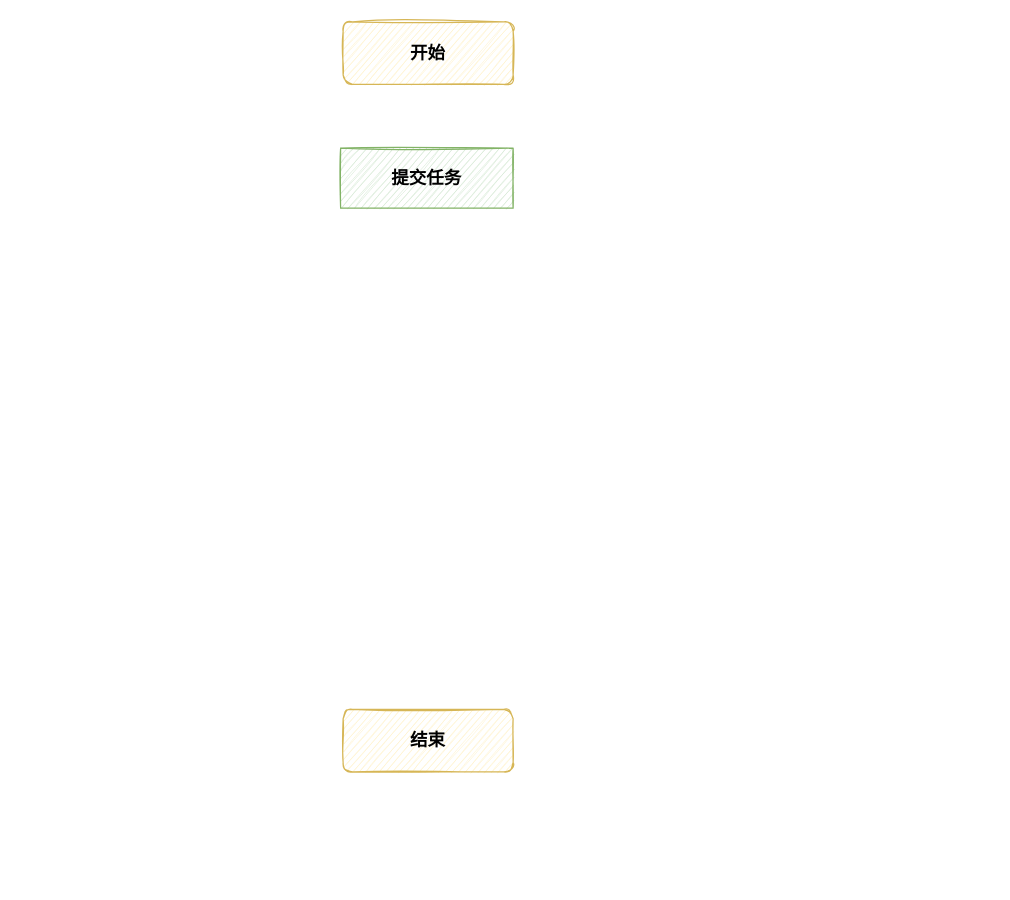
The draw.io diagram 线程池任务调度流程.drawio in LIULE8/drawio-store, before the edit. Source tidied: cells renumbered, new cells numbered last; positions are measured from the earlier drawing's top-left corner, leaving out a move shared by most shapes. Both pictures are drawn from the tidied source at 125%, with x=0, y=0 at pixel (340, 21).
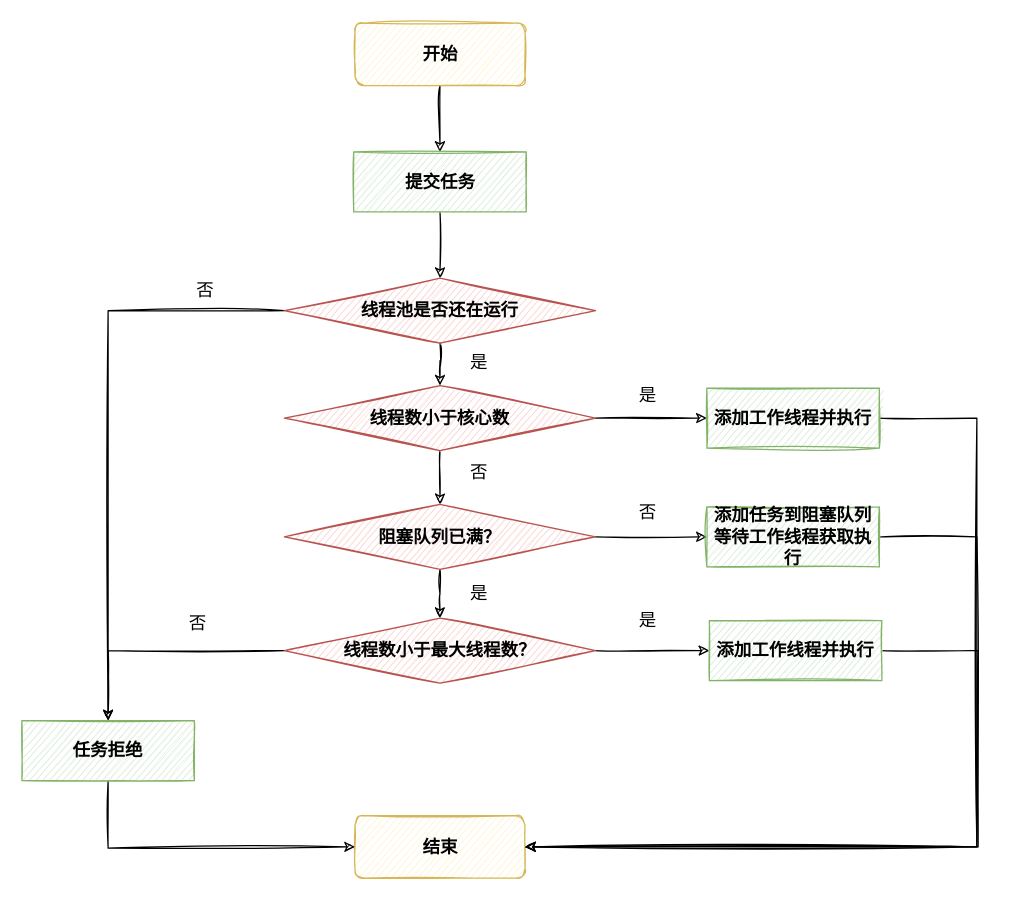
The same diagram, later.

Commit message:
更新线程池任务调度流程.drawio

Change to the diagram source:
```diff
@@
+    <mxCell id="5" style="edgeStyle=orthogonalEdgeStyle;rounded=0;jettySize=auto;html=1;fontSize=14;sketch=1;" parent="1" edge="1" source="2" target="4">
+      <mxGeometry relative="1" as="geometry" />
+    </mxCell>
     <mxCell id="2" value="&lt;font style=&quot;font-size: 14px&quot;&gt;&lt;b&gt;开始&lt;/b&gt;&lt;/font&gt;" style="rounded=1;whiteSpace=wrap;html=1;fillColor=#fff2cc;strokeColor=#d6b656;sketch=1;" parent="1" vertex="1">
-      <mxGeometry x="2" width="136" height="50" as="geometry" />
+      <mxGeometry x="11.5" y="1" width="136" height="50" as="geometry" />
     </mxCell>
     <mxCell id="3" value="&lt;font style=&quot;font-size: 14px&quot;&gt;&lt;b&gt;结束&lt;/b&gt;&lt;/font&gt;" style="rounded=1;whiteSpace=wrap;html=1;fillColor=#fff2cc;strokeColor=#d6b656;sketch=1;" parent="1" vertex="1">
-      <mxGeometry x="2" y="550" width="136" height="50" as="geometry" />
+      <mxGeometry x="11.5" y="635" width="136" height="50" as="geometry" />
     </mxCell>
+    <mxCell id="6" style="edgeStyle=orthogonalEdgeStyle;rounded=0;jettySize=auto;html=1;fontSize=14;sketch=1;" parent="1" edge="1" source="4" target="11">
+      <mxGeometry relative="1" as="geometry" />
+    </mxCell>
     <mxCell id="4" value="&lt;b&gt;提交任务&lt;/b&gt;" style="rounded=0;whiteSpace=wrap;html=1;fontSize=14;fillColor=#d5e8d4;strokeColor=#82b366;sketch=1;" parent="1" vertex="1">
-      <mxGeometry y="101" width="138" height="48" as="geometry" />
+      <mxGeometry x="10.5" y="104" width="138" height="48" as="geometry" />
     </mxCell>
+    <mxCell id="7" style="edgeStyle=orthogonalEdgeStyle;rounded=0;jettySize=auto;html=1;entryX=0;entryY=0.5;entryDx=0;entryDy=0;fontSize=14;sketch=1;" parent="1" edge="1" source="8" target="3">
+      <mxGeometry relative="1" as="geometry">
+        <Array as="points">
+          <mxPoint x="-186" y="661" />
+        </Array>
+      </mxGeometry>
+    </mxCell>
+    <mxCell id="8" value="&lt;b&gt;任务拒绝&lt;/b&gt;" style="rounded=0;whiteSpace=wrap;html=1;fontSize=14;fillColor=#d5e8d4;strokeColor=#82b366;sketch=1;" parent="1" vertex="1">
+      <mxGeometry x="-255" y="559" width="138" height="48" as="geometry" />
+    </mxCell>
+    <mxCell id="9" style="edgeStyle=orthogonalEdgeStyle;rounded=0;jettySize=auto;html=1;fontSize=14;sketch=1;" parent="1" edge="1" source="11" target="14">
+      <mxGeometry relative="1" as="geometry" />
+    </mxCell>
+    <mxCell id="10" style="edgeStyle=orthogonalEdgeStyle;rounded=0;jettySize=auto;html=1;entryX=0.5;entryY=0;entryDx=0;entryDy=0;fontSize=14;sketch=1;" parent="1" edge="1" source="11" target="8">
+      <mxGeometry relative="1" as="geometry" />
+    </mxCell>
+    <mxCell id="11" value="&lt;b&gt;线程池是否还在运行&lt;/b&gt;" style="rhombus;whiteSpace=wrap;html=1;sketch=1;fontSize=14;fillColor=#f8cecc;strokeColor=#b85450;" parent="1" vertex="1">
+      <mxGeometry x="-45" y="205" width="249" height="52" as="geometry" />
+    </mxCell>
+    <mxCell id="12" style="edgeStyle=orthogonalEdgeStyle;rounded=0;jettySize=auto;html=1;fontSize=14;sketch=1;" parent="1" edge="1" source="14" target="17">
+      <mxGeometry relative="1" as="geometry" />
+    </mxCell>
+    <mxCell id="13" style="edgeStyle=orthogonalEdgeStyle;rounded=0;jettySize=auto;html=1;entryX=0;entryY=0.5;entryDx=0;entryDy=0;fontSize=14;sketch=1;" parent="1" edge="1" source="14" target="22">
+      <mxGeometry relative="1" as="geometry" />
+    </mxCell>
+    <mxCell id="14" value="&lt;b&gt;线程数小于核心数&lt;/b&gt;" style="rhombus;whiteSpace=wrap;html=1;sketch=1;fontSize=14;fillColor=#f8cecc;strokeColor=#b85450;" parent="1" vertex="1">
+      <mxGeometry x="-45" y="291" width="249" height="52" as="geometry" />
+    </mxCell>
+    <mxCell id="15" style="edgeStyle=orthogonalEdgeStyle;rounded=0;jettySize=auto;html=1;fontSize=14;sketch=1;" parent="1" edge="1" source="17" target="20">
+      <mxGeometry relative="1" as="geometry" />
+    </mxCell>
+    <mxCell id="16" style="edgeStyle=orthogonalEdgeStyle;rounded=0;jettySize=auto;html=1;fontSize=14;sketch=1;" parent="1" edge="1" source="17" target="24">
+      <mxGeometry relative="1" as="geometry" />
+    </mxCell>
+    <mxCell id="17" value="&lt;b&gt;阻塞队列已满？&lt;/b&gt;" style="rhombus;whiteSpace=wrap;html=1;sketch=1;fontSize=14;fillColor=#f8cecc;strokeColor=#b85450;" parent="1" vertex="1">
+      <mxGeometry x="-45" y="386" width="249" height="52" as="geometry" />
+    </mxCell>
+    <mxCell id="18" style="edgeStyle=orthogonalEdgeStyle;rounded=0;jettySize=auto;html=1;fontSize=14;sketch=1;" parent="1" edge="1" source="20" target="8">
+      <mxGeometry relative="1" as="geometry" />
+    </mxCell>
+    <mxCell id="19" style="edgeStyle=orthogonalEdgeStyle;rounded=0;jettySize=auto;html=1;entryX=0;entryY=0.5;entryDx=0;entryDy=0;fontSize=14;sketch=1;" parent="1" edge="1" source="20" target="26">
+      <mxGeometry relative="1" as="geometry" />
+    </mxCell>
+    <mxCell id="20" value="&lt;b&gt;线程数小于最大线程数？&lt;/b&gt;" style="rhombus;whiteSpace=wrap;html=1;sketch=1;fontSize=14;fillColor=#f8cecc;strokeColor=#b85450;" parent="1" vertex="1">
+      <mxGeometry x="-45" y="477" width="249" height="52" as="geometry" />
+    </mxCell>
+    <mxCell id="21" style="edgeStyle=orthogonalEdgeStyle;rounded=0;jettySize=auto;html=1;entryX=1;entryY=0.5;entryDx=0;entryDy=0;fontSize=14;sketch=1;" parent="1" edge="1" source="22" target="3">
+      <mxGeometry relative="1" as="geometry">
+        <Array as="points">
+          <mxPoint x="509" y="317" />
+          <mxPoint x="509" y="660" />
+        </Array>
+      </mxGeometry>
+    </mxCell>
+    <mxCell id="22" value="&lt;b&gt;添加工作线程并执行&lt;/b&gt;" style="rounded=0;whiteSpace=wrap;html=1;fontSize=14;fillColor=#d5e8d4;strokeColor=#82b366;sketch=1;" parent="1" vertex="1">
+      <mxGeometry x="293" y="293" width="138" height="48" as="geometry" />
+    </mxCell>
+    <mxCell id="23" style="edgeStyle=orthogonalEdgeStyle;rounded=0;jettySize=auto;html=1;entryX=1;entryY=0.5;entryDx=0;entryDy=0;fontSize=14;sketch=1;" parent="1" edge="1" source="24" target="3">
+      <mxGeometry relative="1" as="geometry">
+        <Array as="points">
+          <mxPoint x="509" y="412" />
+          <mxPoint x="509" y="660" />
+        </Array>
+      </mxGeometry>
+    </mxCell>
+    <mxCell id="24" value="&lt;b&gt;添加任务到阻塞队列等待工作线程获取执行&lt;/b&gt;" style="rounded=0;whiteSpace=wrap;html=1;fontSize=14;fillColor=#d5e8d4;strokeColor=#82b366;sketch=1;" parent="1" vertex="1">
+      <mxGeometry x="293" y="388" width="138" height="48" as="geometry" />
+    </mxCell>
+    <mxCell id="25" style="edgeStyle=orthogonalEdgeStyle;rounded=0;jettySize=auto;html=1;entryX=1;entryY=0.5;entryDx=0;entryDy=0;fontSize=14;sketch=1;" parent="1" edge="1" source="26" target="3">
+      <mxGeometry relative="1" as="geometry">
+        <Array as="points">
+          <mxPoint x="510" y="503" />
+          <mxPoint x="510" y="660" />
+        </Array>
+      </mxGeometry>
+    </mxCell>
+    <mxCell id="26" value="&lt;b&gt;添加工作线程并执行&lt;/b&gt;" style="rounded=0;whiteSpace=wrap;html=1;fontSize=14;fillColor=#d5e8d4;strokeColor=#82b366;sketch=1;" parent="1" vertex="1">
+      <mxGeometry x="295" y="479" width="138" height="48" as="geometry" />
+    </mxCell>
+    <mxCell id="27" value="否" style="text;html=1;strokeColor=none;fillColor=none;align=center;verticalAlign=middle;whiteSpace=wrap;rounded=0;sketch=1;fontSize=14;" parent="1" vertex="1">
+      <mxGeometry x="-138" y="200" width="60" height="30" as="geometry" />
+    </mxCell>
+    <mxCell id="28" value="否" style="text;html=1;strokeColor=none;fillColor=none;align=center;verticalAlign=middle;whiteSpace=wrap;rounded=0;sketch=1;fontSize=14;" parent="1" vertex="1">
+      <mxGeometry x="-144" y="466" width="60" height="30" as="geometry" />
+    </mxCell>
+    <mxCell id="29" value="否" style="text;html=1;strokeColor=none;fillColor=none;align=center;verticalAlign=middle;whiteSpace=wrap;rounded=0;sketch=1;fontSize=14;" parent="1" vertex="1">
+      <mxGeometry x="81" y="345" width="60" height="30" as="geometry" />
+    </mxCell>
+    <mxCell id="30" value="否" style="text;html=1;strokeColor=none;fillColor=none;align=center;verticalAlign=middle;whiteSpace=wrap;rounded=0;sketch=1;fontSize=14;" parent="1" vertex="1">
+      <mxGeometry x="216" y="377" width="60" height="30" as="geometry" />
+    </mxCell>
+    <mxCell id="31" value="是" style="text;html=1;strokeColor=none;fillColor=none;align=center;verticalAlign=middle;whiteSpace=wrap;rounded=0;sketch=1;fontSize=14;" parent="1" vertex="1">
+      <mxGeometry x="81" y="257" width="60" height="30" as="geometry" />
+    </mxCell>
+    <mxCell id="32" value="是" style="text;html=1;strokeColor=none;fillColor=none;align=center;verticalAlign=middle;whiteSpace=wrap;rounded=0;sketch=1;fontSize=14;" parent="1" vertex="1">
+      <mxGeometry x="216" y="284" width="60" height="30" as="geometry" />
+    </mxCell>
+    <mxCell id="33" value="是" style="text;html=1;strokeColor=none;fillColor=none;align=center;verticalAlign=middle;whiteSpace=wrap;rounded=0;sketch=1;fontSize=14;" parent="1" vertex="1">
+      <mxGeometry x="216" y="464" width="60" height="30" as="geometry" />
+    </mxCell>
+    <mxCell id="34" value="是" style="text;html=1;strokeColor=none;fillColor=none;align=center;verticalAlign=middle;whiteSpace=wrap;rounded=0;sketch=1;fontSize=14;" parent="1" vertex="1">
+      <mxGeometry x="81" y="442" width="60" height="30" as="geometry" />
+    </mxCell>
```
